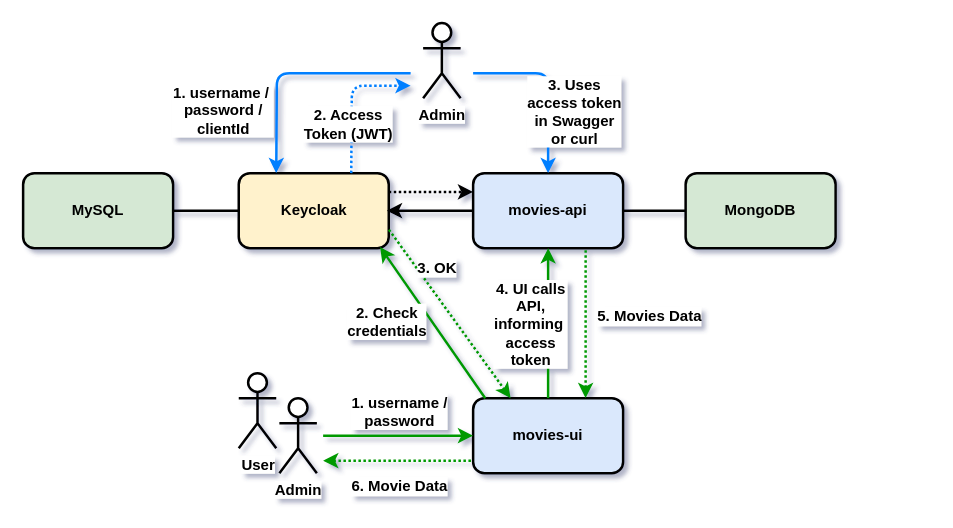
Before: documentation/project-diagram.drawio in tutqq1803/best-practice, a draw.io diagram. Source tidied: cells renumbered, new cells numbered last; positions are measured from the earlier drawing's top-left corner, leaving out a move shared by most shapes. Both pictures are drawn from the tidied source at 125%, with x=0, y=0 at pixel (22, 22).
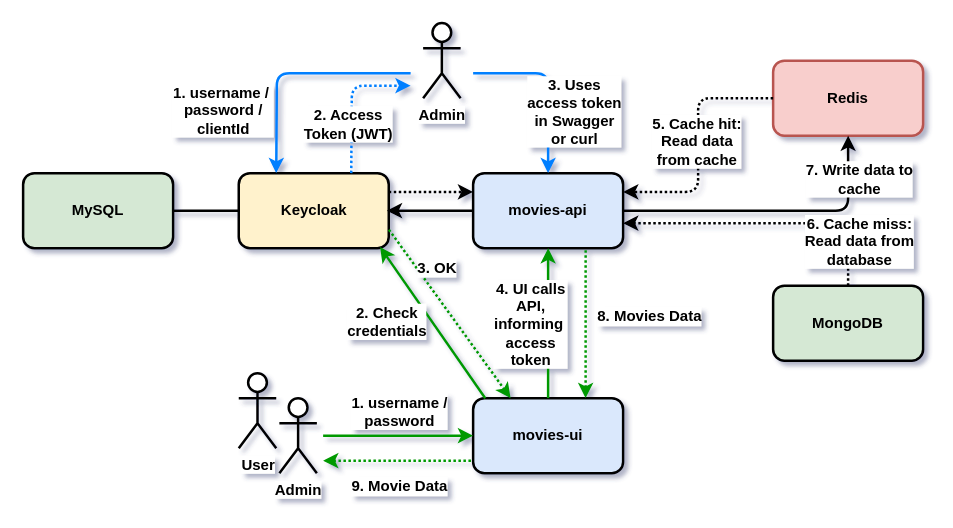
Above is the later version.

The change refers to these unchanged cells:
```xml
<mxCell id="5" value="movies-api" style="rounded=1;whiteSpace=wrap;html=1;strokeWidth=2;fontStyle=1;fillColor=#dae8fc;strokeColor=#000000;" parent="1" vertex="1">
  <mxGeometry x="360" y="120" width="120" height="60" as="geometry" />
</mxCell>
<mxCell id="26" style="endArrow=none;startArrow=classic;html=1;strokeWidth=2;strokeColor=#009900;startFill=1;entryX=0.75;entryY=1;entryDx=0;entryDy=0;exitX=0.75;exitY=0;exitDx=0;exitDy=0;endFill=0;dashed=1;dashPattern=1 1;" parent="1" edge="1" source="3" target="5">
  <mxGeometry relative="1" as="geometry" />
</mxCell>
<mxCell id="28" style="endArrow=none;startArrow=classic;html=1;strokeWidth=2;entryX=0;entryY=0.5;entryDx=0;entryDy=0;strokeColor=#009900;startFill=1;endFill=0;dashed=1;dashPattern=1 1;" parent="1" edge="1">
  <mxGeometry relative="1" as="geometry">
    <mxPoint x="240" y="350" as="sourcePoint" />
    <mxPoint x="360" y="350" as="targetPoint" />
  </mxGeometry>
</mxCell>
```

Diff of the diagram source:
```diff
@@
-    <mxCell id="4" value="MongoDB" style="rounded=1;whiteSpace=wrap;html=1;strokeWidth=2;fontStyle=1;fillColor=#d5e8d4;strokeColor=#000000;" parent="1" vertex="1">
-      <mxGeometry x="530" y="120" width="120" height="60" as="geometry" />
+    <mxCell id="4" value="Redis" style="rounded=1;whiteSpace=wrap;html=1;strokeWidth=2;fontStyle=1;fillColor=#f8cecc;strokeColor=#b85450;" parent="1" vertex="1">
+      <mxGeometry x="600" y="30" width="120" height="60" as="geometry" />
     </mxCell>
@@
-    <mxCell id="8" style="endArrow=none;html=1;entryX=0;entryY=0.5;entryDx=0;entryDy=0;strokeWidth=2;exitX=1;exitY=0.5;exitDx=0;exitDy=0;" parent="1" edge="1" source="5" target="4">
-      <mxGeometry relative="1" as="geometry" />
-    </mxCell>
@@
-    <mxCell id="27" value="&lt;b&gt;5. Movies Data&lt;br&gt;&lt;/b&gt;" style="text;html=1;align=center;verticalAlign=middle;labelBackgroundColor=#ffffff;" parent="26" vertex="1">
+    <mxCell id="27" value="&lt;b&gt;8. Movies Data&lt;br&gt;&lt;/b&gt;" style="text;html=1;align=center;verticalAlign=middle;labelBackgroundColor=#ffffff;" parent="26" vertex="1">
       <mxGeometry x="0.07" relative="1" as="geometry">
         <mxPoint x="50" y="-2" as="offset" />
       </mxGeometry>
     </mxCell>
@@
-    <mxCell id="29" value="&lt;b&gt;6. Movie Data&lt;br&gt;&lt;/b&gt;" style="text;html=1;align=center;verticalAlign=middle;labelBackgroundColor=#ffffff;" parent="28" vertex="1">
+    <mxCell id="29" value="&lt;b&gt;9. Movie Data&lt;br&gt;&lt;/b&gt;" style="text;html=1;align=center;verticalAlign=middle;labelBackgroundColor=#ffffff;" parent="28" vertex="1">
       <mxGeometry x="-0.18" y="1" relative="1" as="geometry">
         <mxPoint x="11" y="21" as="offset" />
       </mxGeometry>
     </mxCell>
@@
+    <mxCell id="31" value="MongoDB" style="rounded=1;whiteSpace=wrap;html=1;strokeWidth=2;fontStyle=1;fillColor=#d5e8d4;strokeColor=#000000;" parent="1" vertex="1">
+      <mxGeometry x="600" y="210" width="120" height="60" as="geometry" />
+    </mxCell>
+    <mxCell id="32" style="endArrow=classic;startArrow=none;html=1;strokeWidth=2;entryX=1;entryY=0.25;entryDx=0;entryDy=0;startFill=0;endFill=1;dashed=1;dashPattern=1 1;edgeStyle=orthogonalEdgeStyle;" parent="1" edge="1" source="4" target="5">
+      <mxGeometry relative="1" as="geometry" />
+    </mxCell>
+    <mxCell id="33" value="&lt;b&gt;5. Cache hit: &lt;br&gt;Read data &lt;br&gt;from cache&lt;br&gt;&lt;/b&gt;" style="text;html=1;align=center;verticalAlign=middle;labelBackgroundColor=#ffffff;" parent="1" vertex="1">
+      <mxGeometry x="480" y="290" as="geometry">
+        <mxPoint x="58" y="-196" as="offset" />
+      </mxGeometry>
+    </mxCell>
+    <mxCell id="34" style="endArrow=classic;startArrow=none;html=1;strokeWidth=2;startFill=0;endFill=1;dashed=1;dashPattern=1 1;edgeStyle=orthogonalEdgeStyle;exitX=0.5;exitY=0;exitDx=0;exitDy=0;" parent="1" edge="1" source="31">
+      <mxGeometry relative="1" as="geometry">
+        <mxPoint x="480" y="160" as="targetPoint" />
+        <Array as="points">
+          <mxPoint x="660" y="160" />
+        </Array>
+      </mxGeometry>
+    </mxCell>
+    <mxCell id="35" value="&lt;b&gt;6. Cache miss: &lt;br&gt;Read data from &lt;br&gt;database&lt;br&gt;&lt;/b&gt;" style="text;html=1;align=center;verticalAlign=middle;labelBackgroundColor=#ffffff;" parent="1" vertex="1">
+      <mxGeometry x="610" y="370" as="geometry">
+        <mxPoint x="58" y="-196" as="offset" />
+      </mxGeometry>
+    </mxCell>
+    <mxCell id="36" style="endArrow=none;startArrow=classic;html=1;strokeWidth=2;entryX=1;entryY=0.5;entryDx=0;entryDy=0;startFill=1;endFill=0;edgeStyle=orthogonalEdgeStyle;" parent="1" edge="1" target="5">
+      <mxGeometry relative="1" as="geometry">
+        <mxPoint x="660" y="90" as="sourcePoint" />
+        <Array as="points">
+          <mxPoint x="660" y="150" />
+        </Array>
+      </mxGeometry>
+    </mxCell>
+    <mxCell id="37" value="&lt;b&gt;7. Write data to &lt;br&gt;cache&lt;br&gt;&lt;/b&gt;" style="text;html=1;align=center;verticalAlign=middle;labelBackgroundColor=#ffffff;" parent="1" vertex="1">
+      <mxGeometry x="610" y="320" as="geometry">
+        <mxPoint x="58" y="-196" as="offset" />
+      </mxGeometry>
+    </mxCell>
```
